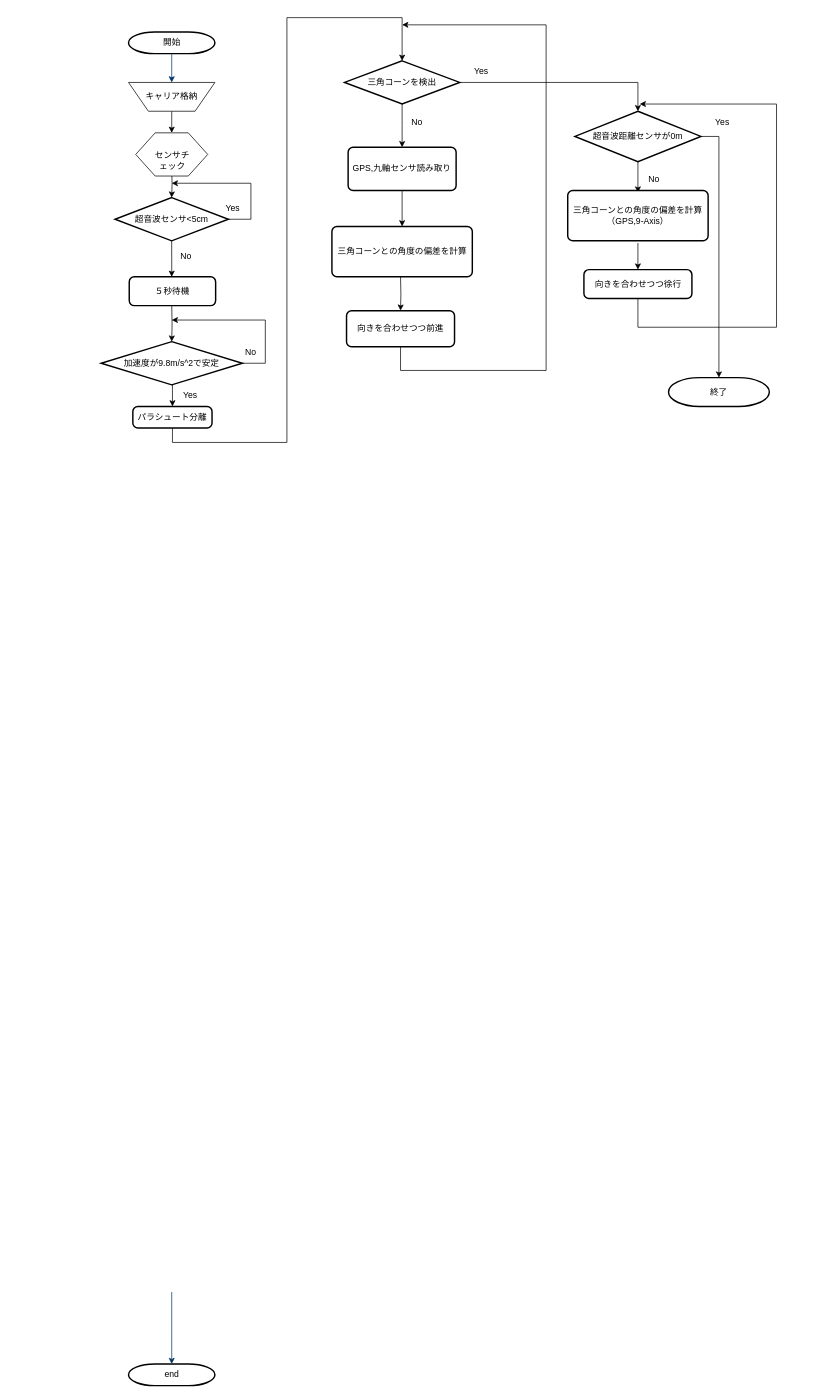
Before: system-flow.drawio.xml in kodama-gentaro/cansat_team_a, a draw.io diagram. Source tidied: cells renumbered, new cells numbered last; positions are measured from the earlier drawing's top-left corner, leaving out a move shared by most shapes. Both pictures are drawn from the tidied source at 72%, with x=0, y=0 at pixel (101, 17).
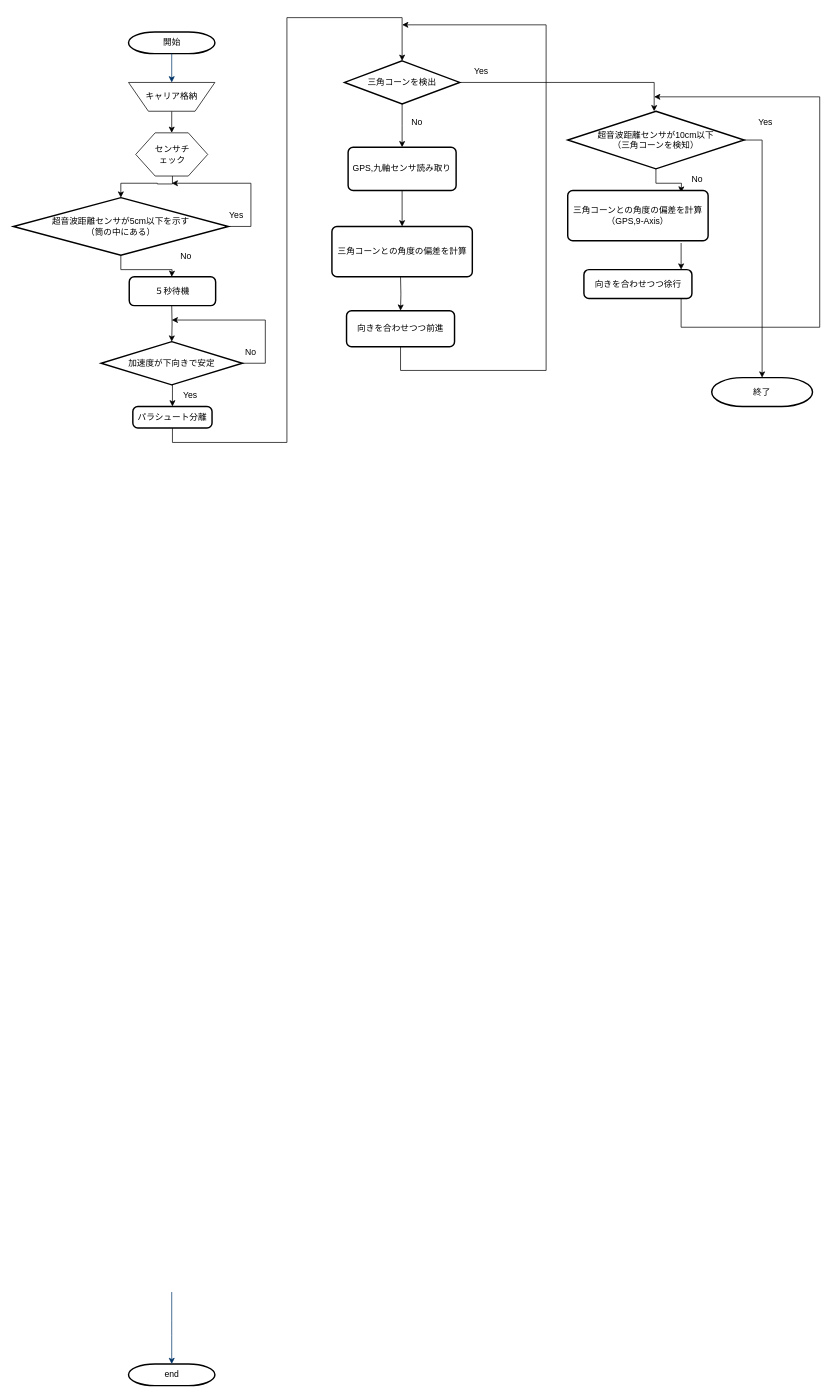
The same page after the edit.

Commit message:
system-flow.drawio.xml を更新します

Unchanged cells that the change refers to:
```xml
<mxCell id="29" value="Yes" style="text;html=1;strokeColor=none;fillColor=none;align=center;verticalAlign=middle;whiteSpace=wrap;rounded=0;" parent="1" vertex="1">
  <mxGeometry x="498" y="60" width="60" height="30" as="geometry" />
</mxCell>
<mxCell id="40" value="向きを合わせつつ徐行" style="rounded=1;whiteSpace=wrap;html=1;absoluteArcSize=1;arcSize=14;strokeWidth=2;" parent="1" vertex="1">
  <mxGeometry x="670.5" y="350" width="150" height="40" as="geometry" />
</mxCell>
```

The edit, as a diff of the source:
```diff
@@
     <mxCell id="7" style="edgeStyle=orthogonalEdgeStyle;rounded=0;jettySize=auto;html=1;exitX=0.5;exitY=1;exitDx=0;exitDy=0;entryX=0.5;entryY=0;entryDx=0;entryDy=0;entryPerimeter=0;" parent="1" edge="1" target="10">
       <mxGeometry relative="1" as="geometry">
         <mxPoint x="98" y="210" as="sourcePoint" />
+        <Array as="points">
+          <mxPoint x="99" y="210" />
+          <mxPoint x="99" y="231" />
+          <mxPoint x="78" y="231" />
+          <mxPoint x="42" y="230" />
+        </Array>
       </mxGeometry>
     </mxCell>
     <mxCell id="8" style="edgeStyle=orthogonalEdgeStyle;rounded=0;jettySize=auto;html=1;exitX=1;exitY=0.5;exitDx=0;exitDy=0;exitPerimeter=0;" parent="1" edge="1" source="10">
       <mxGeometry relative="1" as="geometry">
         <mxPoint x="98" y="230" as="targetPoint" />
         <Array as="points">
-          <mxPoint x="208" y="280" />
+          <mxPoint x="208" y="290" />
           <mxPoint x="208" y="230" />
-          <mxPoint x="98" y="230" />
         </Array>
       </mxGeometry>
     </mxCell>
@@
-    <mxCell id="10" value="超音波センサ&amp;lt;5cm" style="strokeWidth=2;html=1;shape=mxgraph.flowchart.decision;whiteSpace=wrap;" parent="1" vertex="1">
-      <mxGeometry x="19.2" y="250" width="157.5" height="60" as="geometry" />
+    <mxCell id="10" value="&lt;div&gt;超音波距離センサが5cm以下を示す&lt;/div&gt;&lt;div&gt;（筒の中にある）&lt;/div&gt;" style="strokeWidth=2;html=1;shape=mxgraph.flowchart.decision;whiteSpace=wrap;" parent="1" vertex="1">
+      <mxGeometry x="-122" y="250" width="298.7" height="80" as="geometry" />
     </mxCell>
     <mxCell id="11" value="Yes" style="text;html=1;strokeColor=none;fillColor=none;align=center;verticalAlign=middle;whiteSpace=wrap;rounded=0;" parent="1" vertex="1">
-      <mxGeometry x="153" y="250" width="60" height="30" as="geometry" />
+      <mxGeometry x="158" y="260" width="60" height="30" as="geometry" />
     </mxCell>
@@
     <mxCell id="16" value="センサチェック" style="text;html=1;strokeColor=none;fillColor=none;align=center;verticalAlign=middle;whiteSpace=wrap;rounded=0;" parent="1" vertex="1">
-      <mxGeometry x="69" y="184" width="60" height="30" as="geometry" />
+      <mxGeometry x="69" y="175" width="60" height="30" as="geometry" />
     </mxCell>
@@
-    <mxCell id="19" value="加速度が9.8m/s^2で安定" style="strokeWidth=2;html=1;shape=mxgraph.flowchart.decision;whiteSpace=wrap;" parent="1" vertex="1">
+    <mxCell id="19" value="加速度が下向きで安定" style="strokeWidth=2;html=1;shape=mxgraph.flowchart.decision;whiteSpace=wrap;" parent="1" vertex="1">
       <mxGeometry x="-0.1" y="450" width="196.2" height="60" as="geometry" />
     </mxCell>
@@
-    <mxCell id="28" style="edgeStyle=orthogonalEdgeStyle;rounded=0;jettySize=auto;html=1;exitX=0;exitY=1;exitDx=0;exitDy=0;entryX=0.5;entryY=0;entryDx=0;entryDy=0;entryPerimeter=0;" parent="1" edge="1" source="29" target="35">
+    <mxCell id="28" style="edgeStyle=orthogonalEdgeStyle;rounded=0;jettySize=auto;html=1;exitX=0;exitY=1;exitDx=0;exitDy=0;entryX=0.49;entryY=0;entryDx=0;entryDy=0;entryPerimeter=0;" parent="1" edge="1" source="29" target="35">
       <mxGeometry relative="1" as="geometry">
         <Array as="points">
-          <mxPoint x="746" y="90" />
+          <mxPoint x="768" y="90" />
+          <mxPoint x="768" y="130" />
         </Array>
       </mxGeometry>
     </mxCell>
@@
     <mxCell id="33" style="edgeStyle=orthogonalEdgeStyle;rounded=0;jettySize=auto;html=1;exitX=0.5;exitY=1;exitDx=0;exitDy=0;exitPerimeter=0;entryX=0.5;entryY=0;entryDx=0;entryDy=0;" parent="1" edge="1" source="35">
       <mxGeometry relative="1" as="geometry">
-        <mxPoint x="745.5" y="243" as="targetPoint" />
+        <mxPoint x="805.5" y="243" as="targetPoint" />
       </mxGeometry>
     </mxCell>
@@
-    <mxCell id="35" value="超音波距離センサが0m" style="strokeWidth=2;html=1;shape=mxgraph.flowchart.decision;whiteSpace=wrap;" parent="1" vertex="1">
-      <mxGeometry x="658" y="130" width="175" height="70" as="geometry" />
+    <mxCell id="35" value="&lt;div&gt;超音波距離センサが10cm以下&lt;/div&gt;&lt;div&gt;（三角コーンを検知）&lt;/div&gt;" style="strokeWidth=2;html=1;shape=mxgraph.flowchart.decision;whiteSpace=wrap;" parent="1" vertex="1">
+      <mxGeometry x="648" y="130" width="245" height="80" as="geometry" />
     </mxCell>
     <mxCell id="36" value="No" style="text;html=1;strokeColor=none;fillColor=none;align=center;verticalAlign=middle;whiteSpace=wrap;rounded=0;" parent="1" vertex="1">
-      <mxGeometry x="738" y="210" width="60" height="30" as="geometry" />
+      <mxGeometry x="798" y="210" width="60" height="30" as="geometry" />
     </mxCell>
-    <mxCell id="37" style="edgeStyle=orthogonalEdgeStyle;rounded=0;jettySize=auto;html=1;exitX=0.5;exitY=1;exitDx=0;exitDy=0;entryX=0.5;entryY=0;entryDx=0;entryDy=0;" parent="1" edge="1" target="40">
+    <mxCell id="37" style="edgeStyle=orthogonalEdgeStyle;rounded=0;orthogonalLoop=1;jettySize=auto;html=1;exitX=0.5;exitY=1;exitDx=0;exitDy=0;entryX=0.5;entryY=0;entryDx=0;entryDy=0;" parent="1" edge="1">
       <mxGeometry relative="1" as="geometry">
-        <mxPoint x="745.5" y="313" as="sourcePoint" />
+        <mxPoint x="805.5" y="313" as="sourcePoint" />
+        <mxPoint x="805.5" y="350" as="targetPoint" />
       </mxGeometry>
     </mxCell>
     <mxCell id="38" value="Yes" style="text;html=1;strokeColor=none;fillColor=none;align=center;verticalAlign=middle;whiteSpace=wrap;rounded=0;" parent="1" vertex="1">
-      <mxGeometry x="833" y="130" width="60" height="30" as="geometry" />
+      <mxGeometry x="893" y="130" width="60" height="30" as="geometry" />
     </mxCell>
-    <mxCell id="39" style="edgeStyle=orthogonalEdgeStyle;rounded=0;jettySize=auto;html=1;exitX=0.5;exitY=1;exitDx=0;exitDy=0;" parent="1" edge="1" source="40">
+    <mxCell id="39" style="edgeStyle=orthogonalEdgeStyle;rounded=0;orthogonalLoop=1;jettySize=auto;html=1;exitX=0.5;exitY=1;exitDx=0;exitDy=0;" parent="1" edge="1">
       <mxGeometry relative="1" as="geometry">
-        <mxPoint x="748" y="120" as="targetPoint" />
+        <mxPoint x="805.5" y="390" as="sourcePoint" />
+        <mxPoint x="768" y="110" as="targetPoint" />
         <Array as="points">
-          <mxPoint x="745" y="430" />
-          <mxPoint x="938" y="430" />
-          <mxPoint x="938" y="120" />
-          <mxPoint x="748" y="120" />
+          <mxPoint x="806" y="430" />
+          <mxPoint x="998" y="430" />
+          <mxPoint x="998" y="110" />
+          <mxPoint x="768" y="110" />
         </Array>
       </mxGeometry>
     </mxCell>
@@
     <mxCell id="45" value="終了" style="strokeWidth=2;html=1;shape=mxgraph.flowchart.terminator;whiteSpace=wrap;" parent="1" vertex="1">
-      <mxGeometry x="788" y="500" width="140" height="40" as="geometry" />
+      <mxGeometry x="848" y="500" width="140" height="40" as="geometry" />
     </mxCell>
```
